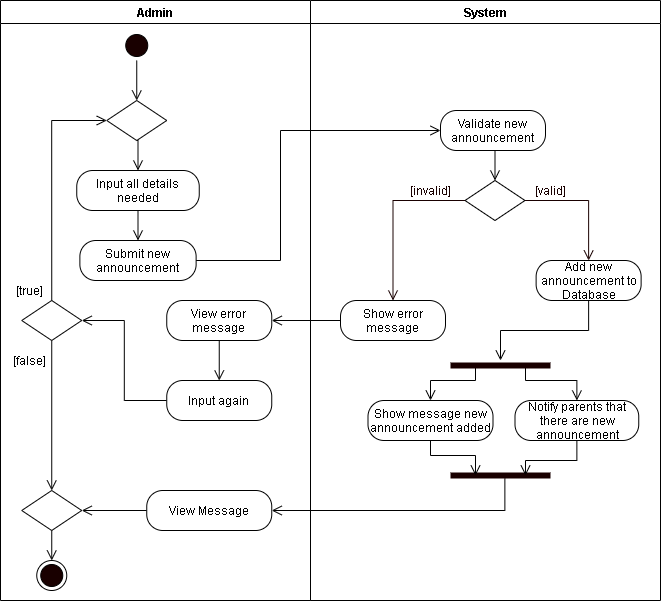
This is REVISIONS/UML-DIAGRAMS/7-04-2021/ACTIVITY DIAGRAM/20-Add Announcement.png from mrklglsn/CAPSTONE-FILES, a draw.io export, as it was before one commit. Source tidied: cells renumbered, new cells last; positions are measured from the earlier drawing's top-left corner, leaving out a move shared by most shapes. The source it was exported from:
```xml
<mxGraphModel>
  <root>
    <mxCell id="0" />
    <mxCell id="1" parent="0" />
    <mxCell id="2" value="Admin" style="swimlane;startSize=23;" parent="1" vertex="1">
      <mxGeometry width="310" height="600" as="geometry" />
    </mxCell>
    <mxCell id="3" style="edgeStyle=orthogonalEdgeStyle;rounded=0;jettySize=auto;html=1;exitX=0.5;exitY=1;exitDx=0;exitDy=0;entryX=0.5;entryY=0;entryDx=0;entryDy=0;endArrow=open;endFill=0;endSize=8;" parent="2" edge="1" source="4" target="9">
      <mxGeometry relative="1" as="geometry" />
    </mxCell>
    <mxCell id="4" style="ellipse;html=1;shape=startState;fillColor=#190000;" parent="2" vertex="1">
      <mxGeometry x="121.2" y="30" width="30" height="30" as="geometry" />
    </mxCell>
    <mxCell id="5" style="edgeStyle=orthogonalEdgeStyle;rounded=0;jettySize=auto;html=1;exitX=0.5;exitY=1;exitDx=0;exitDy=0;entryX=0.5;entryY=0;entryDx=0;entryDy=0;endArrow=open;endFill=0;endSize=8;" parent="2" edge="1" source="6" target="7">
      <mxGeometry relative="1" as="geometry" />
    </mxCell>
    <mxCell id="6" value="Input all details needed" style="rounded=1;whiteSpace=wrap;html=1;arcSize=40;" parent="2" vertex="1">
      <mxGeometry x="76.2" y="170" width="122.5" height="40" as="geometry" />
    </mxCell>
    <mxCell id="7" value="Submit new announcement" style="rounded=1;whiteSpace=wrap;html=1;arcSize=40;" parent="2" vertex="1">
      <mxGeometry x="79.4" y="240" width="116.2" height="40" as="geometry" />
    </mxCell>
    <mxCell id="8" style="edgeStyle=orthogonalEdgeStyle;rounded=0;jettySize=auto;html=1;exitX=0.5;exitY=1;exitDx=0;exitDy=0;entryX=0.5;entryY=0;entryDx=0;entryDy=0;endArrow=open;endFill=0;endSize=8;" parent="2" edge="1" source="9" target="6">
      <mxGeometry relative="1" as="geometry" />
    </mxCell>
    <mxCell id="9" style="rhombus;whiteSpace=wrap;html=1;" parent="2" vertex="1">
      <mxGeometry x="106.2" y="100" width="60" height="40" as="geometry" />
    </mxCell>
    <mxCell id="10" style="edgeStyle=orthogonalEdgeStyle;rounded=0;jettySize=auto;html=1;exitX=0.5;exitY=0;exitDx=0;exitDy=0;entryX=0;entryY=0.5;entryDx=0;entryDy=0;endArrow=open;endFill=0;endSize=8;" parent="2" edge="1" source="12" target="9">
      <mxGeometry relative="1" as="geometry" />
    </mxCell>
    <mxCell id="11" style="edgeStyle=orthogonalEdgeStyle;rounded=0;jettySize=auto;html=1;exitX=0.5;exitY=1;exitDx=0;exitDy=0;endArrow=open;endFill=0;endSize=8;startArrow=none;entryX=0.5;entryY=0;entryDx=0;entryDy=0;" parent="2" edge="1" source="12" target="22">
      <mxGeometry relative="1" as="geometry" />
    </mxCell>
    <mxCell id="12" style="rhombus;whiteSpace=wrap;html=1;" parent="2" vertex="1">
      <mxGeometry x="21.2" y="300" width="60" height="40" as="geometry" />
    </mxCell>
    <mxCell id="13" value="[true]" style="text;html=1;align=center;verticalAlign=middle;strokeColor=none;" parent="2" vertex="1">
      <mxGeometry x="8.8" y="280" width="40" height="20" as="geometry" />
    </mxCell>
    <mxCell id="14" value="[false]" style="text;html=1;align=center;verticalAlign=middle;strokeColor=none;" parent="2" vertex="1">
      <mxGeometry x="3.8" y="350" width="50" height="20" as="geometry" />
    </mxCell>
    <mxCell id="15" style="ellipse;html=1;shape=endState;fillColor=#190000;" parent="2" vertex="1">
      <mxGeometry x="36.2" y="560" width="30" height="30" as="geometry" />
    </mxCell>
    <mxCell id="16" style="edgeStyle=orthogonalEdgeStyle;rounded=0;jettySize=auto;html=1;exitX=0;exitY=0.5;exitDx=0;exitDy=0;entryX=1;entryY=0.5;entryDx=0;entryDy=0;endArrow=open;endFill=0;endSize=8;" parent="2" edge="1" source="17" target="22">
      <mxGeometry relative="1" as="geometry" />
    </mxCell>
    <mxCell id="17" value="View Message" style="rounded=1;whiteSpace=wrap;html=1;arcSize=40;" parent="2" vertex="1">
      <mxGeometry x="146.2" y="490" width="125" height="40" as="geometry" />
    </mxCell>
    <mxCell id="18" style="edgeStyle=orthogonalEdgeStyle;rounded=0;jettySize=auto;html=1;exitX=0;exitY=0.5;exitDx=0;exitDy=0;entryX=1;entryY=0.5;entryDx=0;entryDy=0;endArrow=open;endFill=0;endSize=8;" parent="2" edge="1" source="23" target="12">
      <mxGeometry relative="1" as="geometry" />
    </mxCell>
    <mxCell id="19" style="edgeStyle=orthogonalEdgeStyle;rounded=0;jettySize=auto;html=1;exitX=0.5;exitY=1;exitDx=0;exitDy=0;entryX=0.5;entryY=0;entryDx=0;entryDy=0;endArrow=open;endFill=0;endSize=8;" parent="2" edge="1" source="20" target="23">
      <mxGeometry relative="1" as="geometry" />
    </mxCell>
    <mxCell id="20" value="View error message" style="rounded=1;whiteSpace=wrap;html=1;arcSize=40;" parent="2" vertex="1">
      <mxGeometry x="166.2" y="300" width="105" height="40" as="geometry" />
    </mxCell>
    <mxCell id="21" style="edgeStyle=orthogonalEdgeStyle;rounded=0;jettySize=auto;html=1;exitX=0.5;exitY=1;exitDx=0;exitDy=0;entryX=0.5;entryY=0;entryDx=0;entryDy=0;endArrow=open;endFill=0;endSize=8;" parent="2" edge="1" source="22" target="15">
      <mxGeometry relative="1" as="geometry" />
    </mxCell>
    <mxCell id="22" style="rhombus;whiteSpace=wrap;html=1;" parent="2" vertex="1">
      <mxGeometry x="21.2" y="490" width="60" height="40" as="geometry" />
    </mxCell>
    <mxCell id="23" value="Input again" style="rounded=1;whiteSpace=wrap;html=1;arcSize=40;" parent="2" vertex="1">
      <mxGeometry x="166.2" y="380" width="105" height="40" as="geometry" />
    </mxCell>
    <mxCell id="24" value="System" style="swimlane;" parent="1" vertex="1">
      <mxGeometry x="310" width="350" height="600" as="geometry" />
    </mxCell>
    <mxCell id="25" value="Validate new announcement" style="rounded=1;whiteSpace=wrap;html=1;arcSize=40;" parent="24" vertex="1">
      <mxGeometry x="130" y="110" width="105" height="40" as="geometry" />
    </mxCell>
    <mxCell id="26" style="rhombus;whiteSpace=wrap;html=1;" parent="24" vertex="1">
      <mxGeometry x="154.5" y="180" width="60" height="40" as="geometry" />
    </mxCell>
    <mxCell id="27" style="edgeStyle=orthogonalEdgeStyle;rounded=0;jettySize=auto;html=1;exitX=0.5;exitY=1;exitDx=0;exitDy=0;entryX=0.5;entryY=0;entryDx=0;entryDy=0;endArrow=open;endFill=0;endSize=8;" parent="24" edge="1" source="25" target="26">
      <mxGeometry relative="1" as="geometry" />
    </mxCell>
    <mxCell id="28" value="&lt;font color=&quot;#190000&quot;&gt;[valid]&lt;/font&gt;" style="text;html=1;align=center;verticalAlign=middle;strokeColor=none;fontColor=#FFFFFF;" parent="24" vertex="1">
      <mxGeometry x="214.5" y="180" width="50" height="20" as="geometry" />
    </mxCell>
    <mxCell id="29" value="&lt;font color=&quot;#190000&quot;&gt;[invalid]&lt;/font&gt;" style="text;html=1;align=center;verticalAlign=middle;strokeColor=none;fontColor=#FFFFFF;" parent="24" vertex="1">
      <mxGeometry x="90" y="180" width="60" height="20" as="geometry" />
    </mxCell>
    <mxCell id="30" value="Show error message" style="rounded=1;whiteSpace=wrap;html=1;arcSize=40;" parent="24" vertex="1">
      <mxGeometry x="30" y="300" width="105" height="40" as="geometry" />
    </mxCell>
    <mxCell id="31" style="edgeStyle=orthogonalEdgeStyle;rounded=0;jettySize=auto;html=1;exitX=0.5;exitY=1;exitDx=0;exitDy=0;endArrow=open;endFill=0;endSize=8;" parent="24" edge="1" source="32">
      <mxGeometry relative="1" as="geometry">
        <mxPoint x="190" y="360" as="targetPoint" />
      </mxGeometry>
    </mxCell>
    <mxCell id="32" value="Add new announcement to Database" style="rounded=1;whiteSpace=wrap;html=1;arcSize=40;" parent="24" vertex="1">
      <mxGeometry x="225.6" y="260" width="105" height="40" as="geometry" />
    </mxCell>
    <mxCell id="33" style="edgeStyle=orthogonalEdgeStyle;rounded=0;jettySize=auto;html=1;exitX=0;exitY=0.5;exitDx=0;exitDy=0;fontColor=#FFFFFF;endArrow=open;endFill=0;endSize=8;strokeColor=#190000;entryX=0.5;entryY=0;entryDx=0;entryDy=0;" parent="24" edge="1" source="26" target="30">
      <mxGeometry relative="1" as="geometry" />
    </mxCell>
    <mxCell id="34" style="edgeStyle=orthogonalEdgeStyle;rounded=0;jettySize=auto;html=1;exitX=1;exitY=0.5;exitDx=0;exitDy=0;fontColor=#FFFFFF;endArrow=open;endFill=0;endSize=8;strokeColor=#190000;entryX=0.5;entryY=0;entryDx=0;entryDy=0;" parent="24" edge="1" source="26" target="32">
      <mxGeometry relative="1" as="geometry" />
    </mxCell>
    <mxCell id="35" value="Show message new announcement added" style="rounded=1;whiteSpace=wrap;html=1;arcSize=40;" parent="24" vertex="1">
      <mxGeometry x="57.5" y="400" width="125" height="40" as="geometry" />
    </mxCell>
    <mxCell id="36" value="Notify parents that there are new announcement" style="rounded=1;whiteSpace=wrap;html=1;arcSize=40;" parent="24" vertex="1">
      <mxGeometry x="204.5" y="400" width="123.8" height="40" as="geometry" />
    </mxCell>
    <mxCell id="37" style="edgeStyle=orthogonalEdgeStyle;rounded=0;jettySize=auto;html=1;exitX=1;exitY=0.5;exitDx=0;exitDy=0;entryX=0;entryY=0.5;entryDx=0;entryDy=0;endArrow=open;endFill=0;endSize=8;" parent="1" edge="1" source="7" target="25">
      <mxGeometry relative="1" as="geometry">
        <Array as="points">
          <mxPoint x="280" y="260" />
          <mxPoint x="280" y="130" />
        </Array>
      </mxGeometry>
    </mxCell>
    <mxCell id="38" style="edgeStyle=orthogonalEdgeStyle;rounded=0;jettySize=auto;html=1;exitX=0.544;exitY=0.8;exitDx=0;exitDy=0;entryX=1;entryY=0.5;entryDx=0;entryDy=0;endArrow=open;endFill=0;endSize=8;exitPerimeter=0;" parent="1" edge="1" source="43" target="17">
      <mxGeometry relative="1" as="geometry">
        <Array as="points">
          <mxPoint x="504" y="510" />
        </Array>
      </mxGeometry>
    </mxCell>
    <mxCell id="39" style="edgeStyle=orthogonalEdgeStyle;rounded=0;jettySize=auto;html=1;exitX=0;exitY=0.5;exitDx=0;exitDy=0;entryX=1;entryY=0.5;entryDx=0;entryDy=0;endArrow=open;endFill=0;endSize=8;" parent="1" edge="1" source="30" target="20">
      <mxGeometry relative="1" as="geometry" />
    </mxCell>
    <mxCell id="40" style="edgeStyle=orthogonalEdgeStyle;rounded=0;jettySize=auto;html=1;exitX=0.25;exitY=0.5;exitDx=0;exitDy=0;exitPerimeter=0;endArrow=open;endFill=0;endSize=8;" parent="1" edge="1" source="42" target="35">
      <mxGeometry relative="1" as="geometry">
        <Array as="points">
          <mxPoint x="475" y="380" />
          <mxPoint x="430" y="380" />
        </Array>
      </mxGeometry>
    </mxCell>
    <mxCell id="41" style="edgeStyle=orthogonalEdgeStyle;rounded=0;jettySize=auto;html=1;exitX=0.75;exitY=0.5;exitDx=0;exitDy=0;exitPerimeter=0;endArrow=open;endFill=0;endSize=8;entryX=0.5;entryY=0;entryDx=0;entryDy=0;" parent="1" edge="1" source="42" target="36">
      <mxGeometry relative="1" as="geometry">
        <Array as="points">
          <mxPoint x="525" y="380" />
          <mxPoint x="576" y="380" />
        </Array>
      </mxGeometry>
    </mxCell>
    <mxCell id="42" style="shape=line;html=1;strokeWidth=6;strokeColor=#190000;" parent="1" vertex="1">
      <mxGeometry x="450" y="360" width="100" height="10" as="geometry" />
    </mxCell>
    <mxCell id="43" style="shape=line;html=1;strokeWidth=6;strokeColor=#190000;" parent="1" vertex="1">
      <mxGeometry x="450" y="470" width="100" height="10" as="geometry" />
    </mxCell>
    <mxCell id="44" style="edgeStyle=orthogonalEdgeStyle;rounded=0;jettySize=auto;html=1;exitX=0.5;exitY=1;exitDx=0;exitDy=0;endArrow=open;endFill=0;endSize=8;entryX=0.25;entryY=0.5;entryDx=0;entryDy=0;entryPerimeter=0;" parent="1" edge="1" source="35" target="43">
      <mxGeometry relative="1" as="geometry">
        <Array as="points">
          <mxPoint x="430" y="455" />
          <mxPoint x="475" y="455" />
        </Array>
      </mxGeometry>
    </mxCell>
    <mxCell id="45" style="edgeStyle=orthogonalEdgeStyle;rounded=0;jettySize=auto;html=1;exitX=0.5;exitY=1;exitDx=0;exitDy=0;entryX=0.75;entryY=0.5;entryDx=0;entryDy=0;entryPerimeter=0;endArrow=open;endFill=0;endSize=8;" parent="1" edge="1" source="36" target="43">
      <mxGeometry relative="1" as="geometry" />
    </mxCell>
  </root>
</mxGraphModel>
```
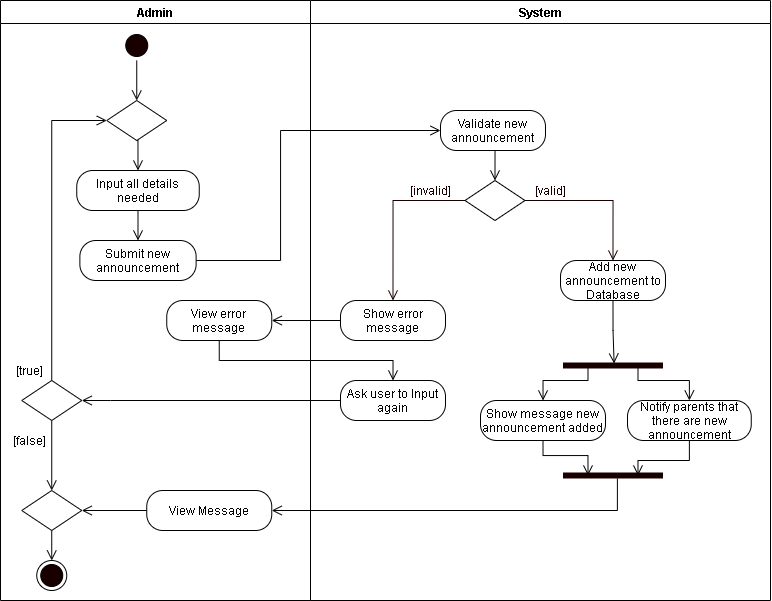
After the change.

Change to the diagram source:
```diff
@@ -33,13 +33,13 @@
       <mxGeometry relative="1" as="geometry" />
     </mxCell>
     <mxCell id="12" style="rhombus;whiteSpace=wrap;html=1;" parent="2" vertex="1">
-      <mxGeometry x="21.2" y="300" width="60" height="40" as="geometry" />
+      <mxGeometry x="21.2" y="380" width="60" height="40" as="geometry" />
     </mxCell>
     <mxCell id="13" value="[true]" style="text;html=1;align=center;verticalAlign=middle;strokeColor=none;" parent="2" vertex="1">
-      <mxGeometry x="8.8" y="280" width="40" height="20" as="geometry" />
+      <mxGeometry x="8.8" y="360" width="40" height="20" as="geometry" />
     </mxCell>
     <mxCell id="14" value="[false]" style="text;html=1;align=center;verticalAlign=middle;strokeColor=none;" parent="2" vertex="1">
-      <mxGeometry x="3.8" y="350" width="50" height="20" as="geometry" />
+      <mxGeometry x="3.8" y="430" width="50" height="20" as="geometry" />
     </mxCell>
     <mxCell id="15" style="ellipse;html=1;shape=endState;fillColor=#190000;" parent="2" vertex="1">
       <mxGeometry x="36.2" y="560" width="30" height="30" as="geometry" />
@@ -50,12 +50,6 @@
     <mxCell id="17" value="View Message" style="rounded=1;whiteSpace=wrap;html=1;arcSize=40;" parent="2" vertex="1">
       <mxGeometry x="146.2" y="490" width="125" height="40" as="geometry" />
     </mxCell>
-    <mxCell id="18" style="edgeStyle=orthogonalEdgeStyle;rounded=0;jettySize=auto;html=1;exitX=0;exitY=0.5;exitDx=0;exitDy=0;entryX=1;entryY=0.5;entryDx=0;entryDy=0;endArrow=open;endFill=0;endSize=8;" parent="2" edge="1" source="23" target="12">
-      <mxGeometry relative="1" as="geometry" />
-    </mxCell>
-    <mxCell id="19" style="edgeStyle=orthogonalEdgeStyle;rounded=0;jettySize=auto;html=1;exitX=0.5;exitY=1;exitDx=0;exitDy=0;entryX=0.5;entryY=0;entryDx=0;entryDy=0;endArrow=open;endFill=0;endSize=8;" parent="2" edge="1" source="20" target="23">
-      <mxGeometry relative="1" as="geometry" />
-    </mxCell>
     <mxCell id="20" value="View error message" style="rounded=1;whiteSpace=wrap;html=1;arcSize=40;" parent="2" vertex="1">
       <mxGeometry x="166.2" y="300" width="105" height="40" as="geometry" />
     </mxCell>
@@ -65,11 +59,8 @@
     <mxCell id="22" style="rhombus;whiteSpace=wrap;html=1;" parent="2" vertex="1">
       <mxGeometry x="21.2" y="490" width="60" height="40" as="geometry" />
     </mxCell>
-    <mxCell id="23" value="Input again" style="rounded=1;whiteSpace=wrap;html=1;arcSize=40;" parent="2" vertex="1">
-      <mxGeometry x="166.2" y="380" width="105" height="40" as="geometry" />
-    </mxCell>
     <mxCell id="24" value="System" style="swimlane;" parent="1" vertex="1">
-      <mxGeometry x="310" width="350" height="600" as="geometry" />
+      <mxGeometry x="310" width="460" height="600" as="geometry" />
     </mxCell>
     <mxCell id="25" value="Validate new announcement" style="rounded=1;whiteSpace=wrap;html=1;arcSize=40;" parent="24" vertex="1">
       <mxGeometry x="130" y="110" width="105" height="40" as="geometry" />
@@ -89,13 +80,8 @@
     <mxCell id="30" value="Show error message" style="rounded=1;whiteSpace=wrap;html=1;arcSize=40;" parent="24" vertex="1">
       <mxGeometry x="30" y="300" width="105" height="40" as="geometry" />
     </mxCell>
-    <mxCell id="31" style="edgeStyle=orthogonalEdgeStyle;rounded=0;jettySize=auto;html=1;exitX=0.5;exitY=1;exitDx=0;exitDy=0;endArrow=open;endFill=0;endSize=8;" parent="24" edge="1" source="32">
-      <mxGeometry relative="1" as="geometry">
-        <mxPoint x="190" y="360" as="targetPoint" />
-      </mxGeometry>
-    </mxCell>
     <mxCell id="32" value="Add new announcement to Database" style="rounded=1;whiteSpace=wrap;html=1;arcSize=40;" parent="24" vertex="1">
-      <mxGeometry x="225.6" y="260" width="105" height="40" as="geometry" />
+      <mxGeometry x="250" y="260" width="105" height="40" as="geometry" />
     </mxCell>
     <mxCell id="33" style="edgeStyle=orthogonalEdgeStyle;rounded=0;jettySize=auto;html=1;exitX=0;exitY=0.5;exitDx=0;exitDy=0;fontColor=#FFFFFF;endArrow=open;endFill=0;endSize=8;strokeColor=#190000;entryX=0.5;entryY=0;entryDx=0;entryDy=0;" parent="24" edge="1" source="26" target="30">
       <mxGeometry relative="1" as="geometry" />
@@ -104,11 +90,14 @@
       <mxGeometry relative="1" as="geometry" />
     </mxCell>
     <mxCell id="35" value="Show message new announcement added" style="rounded=1;whiteSpace=wrap;html=1;arcSize=40;" parent="24" vertex="1">
-      <mxGeometry x="57.5" y="400" width="125" height="40" as="geometry" />
+      <mxGeometry x="170" y="400" width="125" height="40" as="geometry" />
     </mxCell>
     <mxCell id="36" value="Notify parents that there are new announcement" style="rounded=1;whiteSpace=wrap;html=1;arcSize=40;" parent="24" vertex="1">
-      <mxGeometry x="204.5" y="400" width="123.8" height="40" as="geometry" />
+      <mxGeometry x="317" y="400" width="123.8" height="40" as="geometry" />
     </mxCell>
+    <mxCell id="23" value="Ask user to Input again" style="rounded=1;whiteSpace=wrap;html=1;arcSize=40;" parent="24" vertex="1">
+      <mxGeometry x="30" y="380" width="105" height="40" as="geometry" />
+    </mxCell>
     <mxCell id="37" style="edgeStyle=orthogonalEdgeStyle;rounded=0;jettySize=auto;html=1;exitX=1;exitY=0.5;exitDx=0;exitDy=0;entryX=0;entryY=0.5;entryDx=0;entryDy=0;endArrow=open;endFill=0;endSize=8;" parent="1" edge="1" source="7" target="25">
       <mxGeometry relative="1" as="geometry">
         <Array as="points">
@@ -120,7 +109,7 @@
     <mxCell id="38" style="edgeStyle=orthogonalEdgeStyle;rounded=0;jettySize=auto;html=1;exitX=0.544;exitY=0.8;exitDx=0;exitDy=0;entryX=1;entryY=0.5;entryDx=0;entryDy=0;endArrow=open;endFill=0;endSize=8;exitPerimeter=0;" parent="1" edge="1" source="43" target="17">
       <mxGeometry relative="1" as="geometry">
         <Array as="points">
-          <mxPoint x="504" y="510" />
+          <mxPoint x="617" y="510" />
         </Array>
       </mxGeometry>
     </mxCell>
@@ -130,35 +119,49 @@
     <mxCell id="40" style="edgeStyle=orthogonalEdgeStyle;rounded=0;jettySize=auto;html=1;exitX=0.25;exitY=0.5;exitDx=0;exitDy=0;exitPerimeter=0;endArrow=open;endFill=0;endSize=8;" parent="1" edge="1" source="42" target="35">
       <mxGeometry relative="1" as="geometry">
         <Array as="points">
-          <mxPoint x="475" y="380" />
-          <mxPoint x="430" y="380" />
+          <mxPoint x="587.5" y="380" />
+          <mxPoint x="542.5" y="380" />
         </Array>
       </mxGeometry>
     </mxCell>
     <mxCell id="41" style="edgeStyle=orthogonalEdgeStyle;rounded=0;jettySize=auto;html=1;exitX=0.75;exitY=0.5;exitDx=0;exitDy=0;exitPerimeter=0;endArrow=open;endFill=0;endSize=8;entryX=0.5;entryY=0;entryDx=0;entryDy=0;" parent="1" edge="1" source="42" target="36">
       <mxGeometry relative="1" as="geometry">
         <Array as="points">
-          <mxPoint x="525" y="380" />
-          <mxPoint x="576" y="380" />
+          <mxPoint x="637.5" y="380" />
+          <mxPoint x="688.5" y="380" />
         </Array>
       </mxGeometry>
     </mxCell>
     <mxCell id="42" style="shape=line;html=1;strokeWidth=6;strokeColor=#190000;" parent="1" vertex="1">
-      <mxGeometry x="450" y="360" width="100" height="10" as="geometry" />
+      <mxGeometry x="562.5" y="360" width="100" height="10" as="geometry" />
     </mxCell>
     <mxCell id="43" style="shape=line;html=1;strokeWidth=6;strokeColor=#190000;" parent="1" vertex="1">
-      <mxGeometry x="450" y="470" width="100" height="10" as="geometry" />
+      <mxGeometry x="562.5" y="470" width="100" height="10" as="geometry" />
     </mxCell>
     <mxCell id="44" style="edgeStyle=orthogonalEdgeStyle;rounded=0;jettySize=auto;html=1;exitX=0.5;exitY=1;exitDx=0;exitDy=0;endArrow=open;endFill=0;endSize=8;entryX=0.25;entryY=0.5;entryDx=0;entryDy=0;entryPerimeter=0;" parent="1" edge="1" source="35" target="43">
       <mxGeometry relative="1" as="geometry">
         <Array as="points">
-          <mxPoint x="430" y="455" />
-          <mxPoint x="475" y="455" />
+          <mxPoint x="542.5" y="455" />
+          <mxPoint x="587.5" y="455" />
         </Array>
       </mxGeometry>
     </mxCell>
     <mxCell id="45" style="edgeStyle=orthogonalEdgeStyle;rounded=0;jettySize=auto;html=1;exitX=0.5;exitY=1;exitDx=0;exitDy=0;entryX=0.75;entryY=0.5;entryDx=0;entryDy=0;entryPerimeter=0;endArrow=open;endFill=0;endSize=8;" parent="1" edge="1" source="36" target="43">
       <mxGeometry relative="1" as="geometry" />
     </mxCell>
+    <mxCell id="31" style="edgeStyle=orthogonalEdgeStyle;rounded=0;jettySize=auto;html=1;exitX=0.5;exitY=1;exitDx=0;exitDy=0;endArrow=open;endFill=0;endSize=8;entryX=0.511;entryY=0.3;entryDx=0;entryDy=0;entryPerimeter=0;" parent="1" edge="1" source="32" target="42">
+      <mxGeometry relative="1" as="geometry" />
+    </mxCell>
+    <mxCell id="18" style="edgeStyle=orthogonalEdgeStyle;rounded=0;jettySize=auto;html=1;exitX=0;exitY=0.5;exitDx=0;exitDy=0;entryX=1;entryY=0.5;entryDx=0;entryDy=0;endArrow=open;endFill=0;endSize=8;" parent="1" edge="1" source="23" target="12">
+      <mxGeometry relative="1" as="geometry">
+        <Array as="points">
+          <mxPoint x="110" y="400" />
+          <mxPoint x="110" y="400" />
+        </Array>
+      </mxGeometry>
+    </mxCell>
+    <mxCell id="19" style="edgeStyle=orthogonalEdgeStyle;rounded=0;jettySize=auto;html=1;exitX=0.5;exitY=1;exitDx=0;exitDy=0;entryX=0.5;entryY=0;entryDx=0;entryDy=0;endArrow=open;endFill=0;endSize=8;" parent="1" edge="1" source="20" target="23">
+      <mxGeometry relative="1" as="geometry" />
+    </mxCell>
   </root>
 </mxGraphModel>
```
